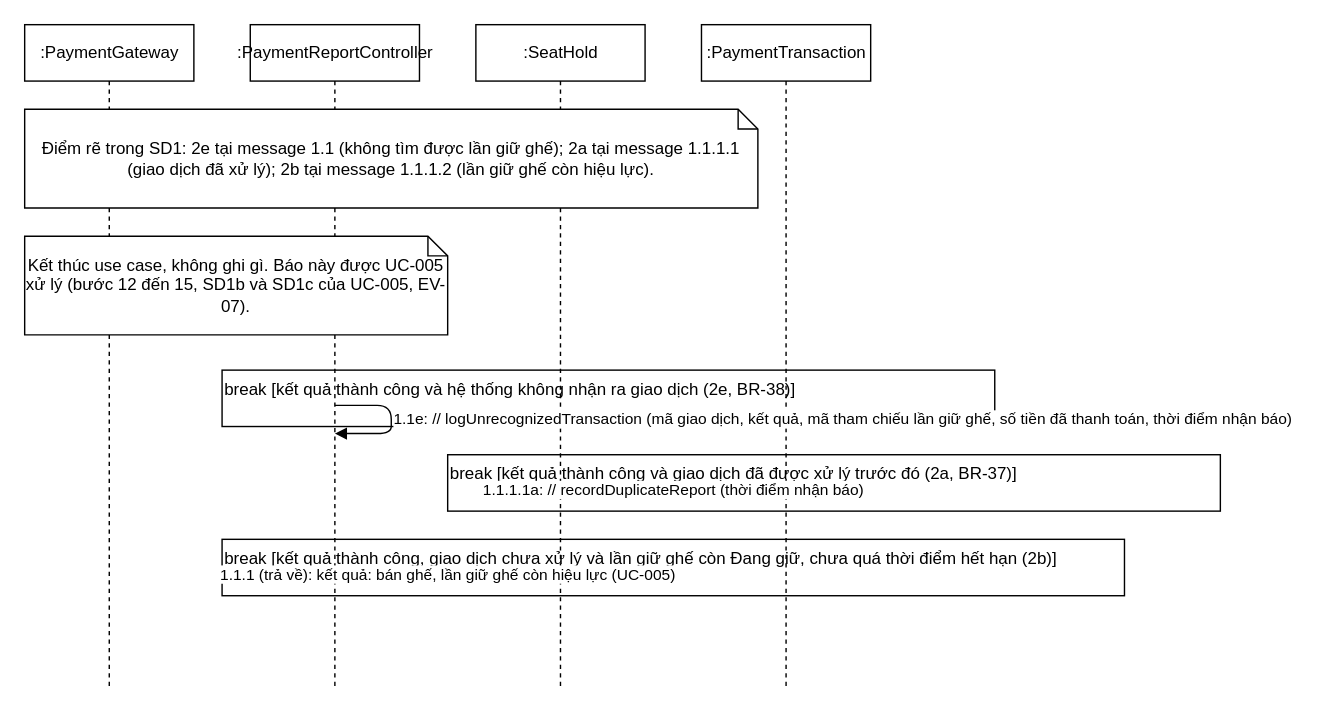
Earlier version of the draw.io diagram page "SD2 - Luồng 2e, 2a và 2b" (2 of 7) of design/diagrams/P07-sequence-UC-006.drawio (luytbq/app-dat-ve-xem-phim). Source tidied: cells renumbered, new cells numbered last; positions are measured from the earlier drawing's top-left corner, leaving out a move shared by most shapes. Both pictures are drawn from the tidied source at 141%, with x=0, y=0 at pixel (24, 24).
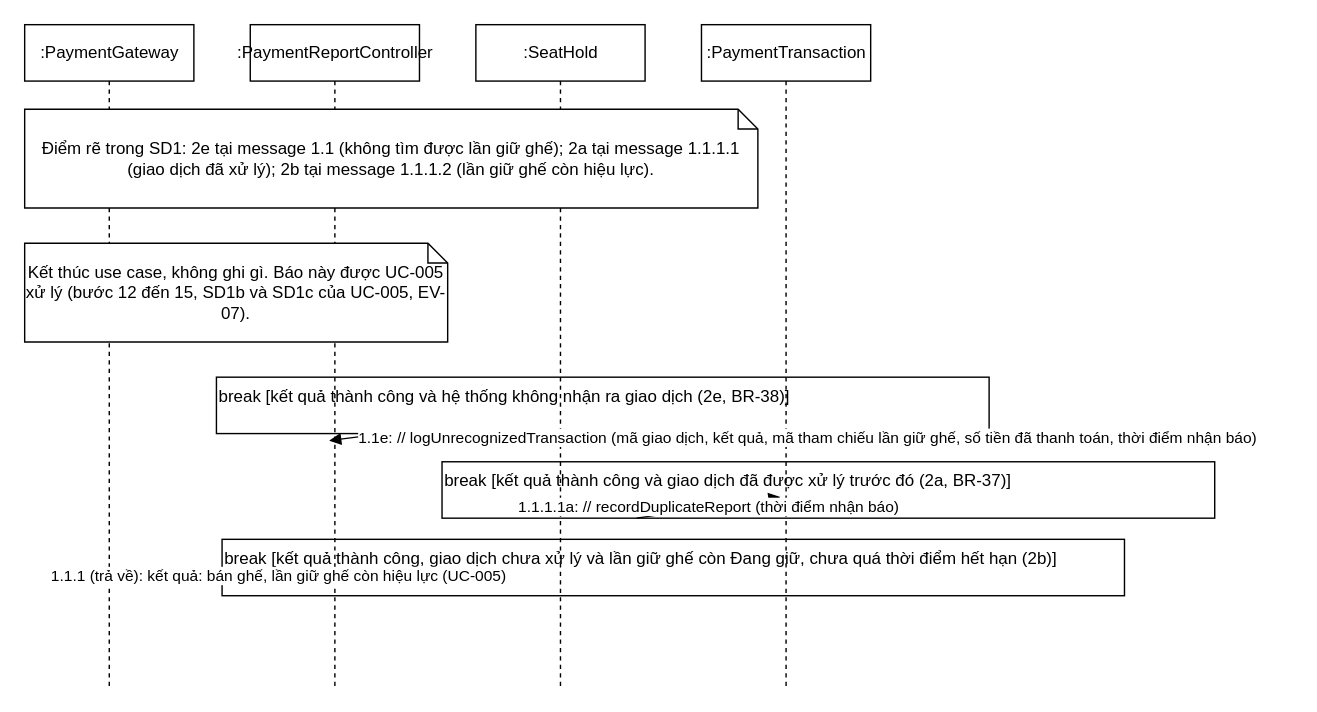
The same diagram, later.

Diff of the diagram source:
```diff
@@
 <mxGraphModel background="#ffffff">
   <root>
     <mxCell id="0" />
     <mxCell id="1" parent="0" />
     <mxCell id="2" value=":PaymentGateway" style="shape=umlLifeline;perimeter=lifelinePerimeter;html=1;" parent="1" vertex="1">
       <mxGeometry width="120" height="470" as="geometry" />
     </mxCell>
     <mxCell id="3" value=":PaymentReportController" style="shape=umlLifeline;perimeter=lifelinePerimeter;html=1;" parent="1" vertex="1">
       <mxGeometry x="160" width="120" height="470" as="geometry" />
     </mxCell>
     <mxCell id="4" value=":SeatHold" style="shape=umlLifeline;perimeter=lifelinePerimeter;html=1;" parent="1" vertex="1">
       <mxGeometry x="320" width="120" height="470" as="geometry" />
     </mxCell>
     <mxCell id="5" value=":PaymentTransaction" style="shape=umlLifeline;perimeter=lifelinePerimeter;html=1;" parent="1" vertex="1">
       <mxGeometry x="480" width="120" height="470" as="geometry" />
     </mxCell>
     <mxCell id="6" value="break [kết quả thành công và hệ thống không nhận ra giao dịch (2e, BR-38)]" style="rounded=0;whiteSpace=wrap;html=1;fillColor=none;align=left;verticalAlign=top;" parent="1" vertex="1">
-      <mxGeometry x="140" y="245" width="548" height="40" as="geometry" />
+      <mxGeometry x="136" y="250" width="548" height="40" as="geometry" />
     </mxCell>
     <mxCell id="7" value="break [kết quả thành công và giao dịch đã được xử lý trước đó (2a, BR-37)]" style="rounded=0;whiteSpace=wrap;html=1;fillColor=none;align=left;verticalAlign=top;" parent="1" vertex="1">
-      <mxGeometry x="300" y="305" width="548" height="40" as="geometry" />
+      <mxGeometry x="296" y="310" width="548" height="40" as="geometry" />
     </mxCell>
     <mxCell id="8" value="break [kết quả thành công, giao dịch chưa xử lý và lần giữ ghế còn Đang giữ, chưa quá thời điểm hết hạn (2b)]" style="rounded=0;whiteSpace=wrap;html=1;fillColor=none;align=left;verticalAlign=top;" parent="1" vertex="1">
       <mxGeometry x="140" y="365" width="640" height="40" as="geometry" />
     </mxCell>
     <mxCell id="9" value="Điểm rẽ trong SD1: 2e tại message 1.1 (không tìm được lần giữ ghế); 2a tại message 1.1.1.1 (giao dịch đã xử lý); 2b tại message 1.1.1.2 (lần giữ ghế còn hiệu lực)." style="shape=note;whiteSpace=wrap;html=1;size=14;" parent="1" vertex="1">
       <mxGeometry y="60" width="520" height="70" as="geometry" />
     </mxCell>
     <mxCell id="10" value="Kết thúc use case, không ghi gì. Báo này được UC-005 xử lý (bước 12 đến 15, SD1b và SD1c của UC-005, EV-07)." style="shape=note;whiteSpace=wrap;html=1;size=14;" parent="1" vertex="1">
-      <mxGeometry y="150" width="300" height="70" as="geometry" />
+      <mxGeometry y="155" width="300" height="70" as="geometry" />
     </mxCell>
-    <mxCell id="11" value="1.1e: // logUnrecognizedTransaction (mã giao dịch, kết quả, mã tham chiếu lần giữ ghế, số tiền đã thanh toán, thời điểm nhận báo)" style="endArrow=block;endFill=1;html=1;align=left;" parent="1" edge="1">
+    <mxCell id="11" value="1.1e: // logUnrecognizedTransaction (mã giao dịch, kết quả, mã tham chiếu lần giữ ghế, số tiền đã thanh toán, thời điểm nhận báo)" style="endArrow=block;endFill=1;html=1;align=left;" parent="1" edge="1" source="6">
       <mxGeometry relative="1" as="geometry">
-        <mxPoint x="220" y="270" as="sourcePoint" />
-        <mxPoint x="220" y="290" as="targetPoint" />
-        <Array as="points">
-          <mxPoint x="260" y="270" />
-          <mxPoint x="260" y="290" />
-        </Array>
+        <mxPoint x="216" y="295" as="targetPoint" />
       </mxGeometry>
     </mxCell>
-    <mxCell id="12" value="1.1.1.1a: // recordDuplicateReport (thời điểm nhận báo)" style="endArrow=block;endFill=1;html=1;" parent="1" edge="1">
+    <mxCell id="12" value="1.1.1.1a: // recordDuplicateReport (thời điểm nhận báo)" style="endArrow=block;endFill=1;html=1;" parent="1" edge="1" source="7">
       <mxGeometry relative="1" as="geometry">
-        <mxPoint x="380" y="330" as="sourcePoint" />
-        <mxPoint x="540" y="330" as="targetPoint" />
+        <mxPoint x="536" y="335" as="targetPoint" />
       </mxGeometry>
     </mxCell>
-    <mxCell id="13" value="1.1.1 (trả về): kết quả: bán ghế, lần giữ ghế còn hiệu lực (UC-005)" style="endArrow=open;dashed=1;html=1;" parent="1" edge="1">
+    <mxCell id="13" value="1.1.1 (trả về): kết quả: bán ghế, lần giữ ghế còn hiệu lực (UC-005)" style="endArrow=open;dashed=1;html=1;" parent="1" edge="1" source="8">
       <mxGeometry relative="1" as="geometry">
-        <mxPoint x="380" y="390" as="sourcePoint" />
         <mxPoint x="220" y="390" as="targetPoint" />
       </mxGeometry>
     </mxCell>
   </root>
 </mxGraphModel>
```
